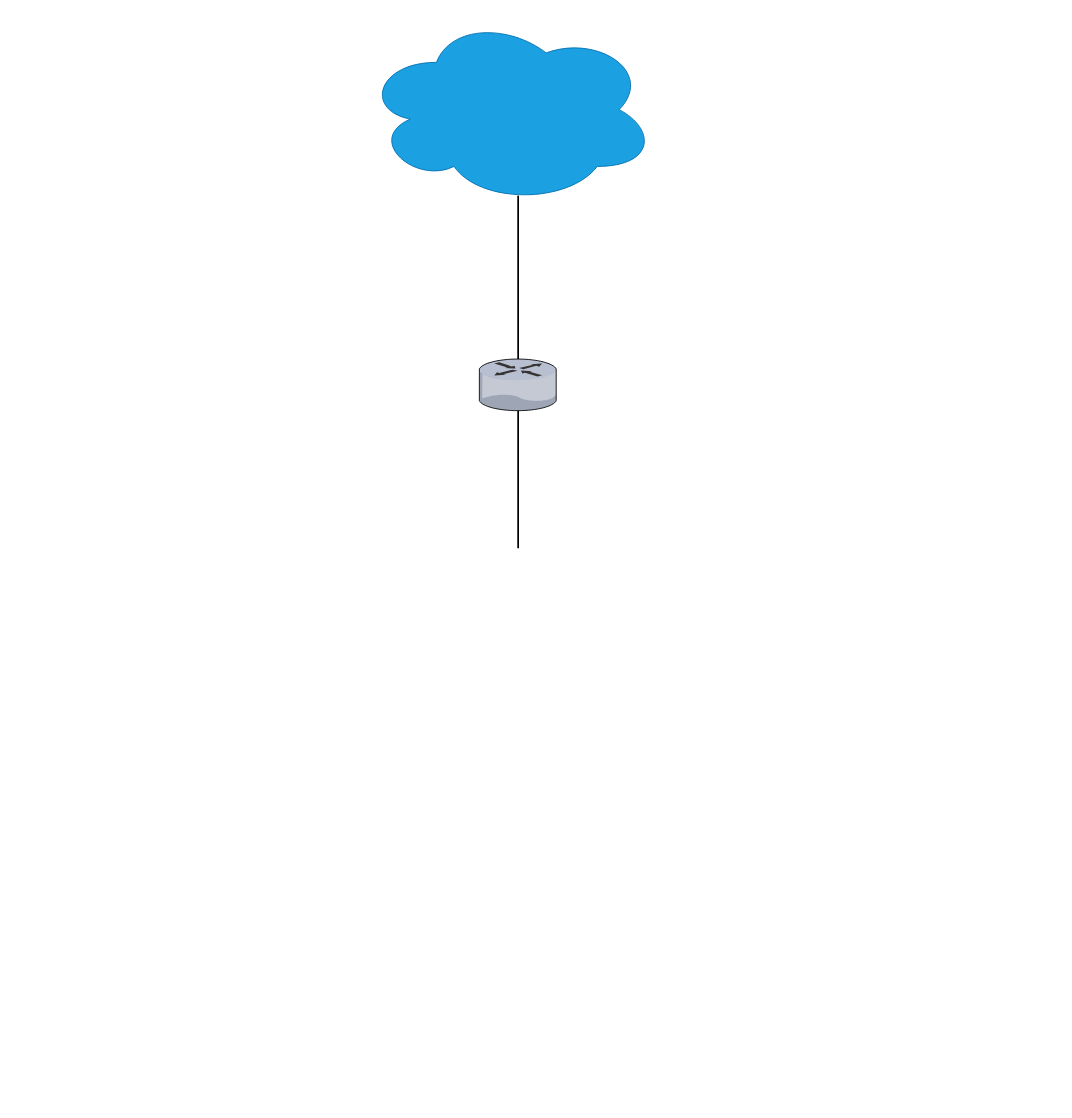
Before: Diagrama sem nome.drawio in EduardoXP796/programa-oC, a draw.io diagram. Source tidied: cells renumbered, new cells numbered last; positions are measured from the earlier drawing's top-left corner, leaving out a move shared by most shapes. Both pictures are drawn from the tidied source at 86%, with x=0, y=0 at pixel (363, 15).
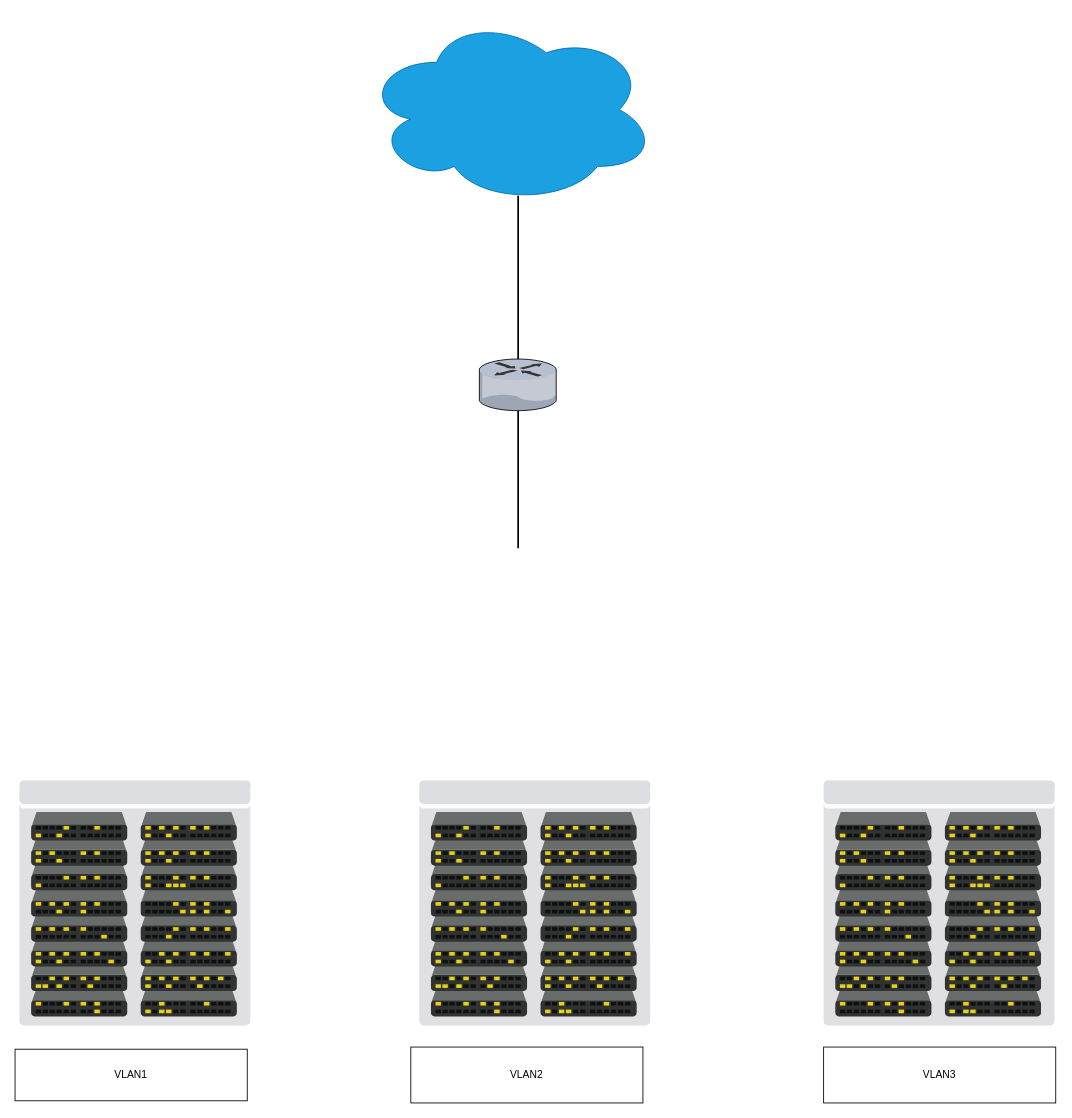
The same diagram, later.

Diff of the diagram source:
```diff
@@
 <mxGraphModel>
   <root>
     <mxCell id="0" />
     <mxCell id="1" parent="0" />
     <mxCell id="2" style="ellipse;shape=cloud;whiteSpace=wrap;html=1;fillColor=#1ba1e2;strokeColor=#006EAF;fontColor=#ffffff;" parent="1" vertex="1">
-      <mxGeometry width="340" height="220" as="geometry" />
+      <mxGeometry x="0.2" width="340" height="220" as="geometry" />
     </mxCell>
     <mxCell id="3" style="line;strokeWidth=2;direction=south;html=1;" parent="1" vertex="1">
       <mxGeometry x="175" y="210" width="10" height="190" as="geometry" />
     </mxCell>
     <mxCell id="4" style="verticalLabelPosition=bottom;sketch=0;html=1;verticalAlign=top;strokeColor=#006EAF;align=center;shape=mxgraph.citrix.router;fillColor=#1ba1e2;fontColor=#ffffff;" parent="1" vertex="1">
       <mxGeometry x="134.8" y="400" width="90.4" height="60" as="geometry" />
     </mxCell>
     <mxCell id="5" style="line;strokeWidth=2;direction=south;html=1;" parent="1" vertex="1">
       <mxGeometry x="175" y="460" width="10" height="160" as="geometry" />
     </mxCell>
+    <mxCell id="6" style="verticalLabelPosition=bottom;sketch=0;html=1;verticalAlign=top;strokeColor=none;align=center;shape=mxgraph.citrix.datacenter;" parent="1" vertex="1">
+      <mxGeometry x="-399.9" y="890" width="269.2" height="285" as="geometry" />
+    </mxCell>
+    <mxCell id="7" style="verticalLabelPosition=bottom;sketch=0;html=1;verticalAlign=top;strokeColor=none;align=center;shape=mxgraph.citrix.datacenter;" parent="1" vertex="1">
+      <mxGeometry x="65" y="890" width="269.2" height="285" as="geometry" />
+    </mxCell>
+    <mxCell id="8" style="verticalLabelPosition=bottom;sketch=0;html=1;verticalAlign=top;strokeColor=none;align=center;shape=mxgraph.citrix.datacenter;" parent="1" vertex="1">
+      <mxGeometry x="535.2" y="890" width="269.2" height="285" as="geometry" />
+    </mxCell>
+    <mxCell id="9" value="VLAN1" style="whiteSpace=wrap;html=1;" parent="1" vertex="1">
+      <mxGeometry x="-405" y="1202.5" width="270" height="60" as="geometry" />
+    </mxCell>
+    <mxCell id="10" value="VLAN2" style="whiteSpace=wrap;html=1;" parent="1" vertex="1">
+      <mxGeometry x="55.2" y="1200" width="269.9" height="65" as="geometry" />
+    </mxCell>
+    <mxCell id="11" value="VLAN3" style="whiteSpace=wrap;html=1;" parent="1" vertex="1">
+      <mxGeometry x="535.2" y="1200" width="269.9" height="65" as="geometry" />
+    </mxCell>
   </root>
 </mxGraphModel>
```
